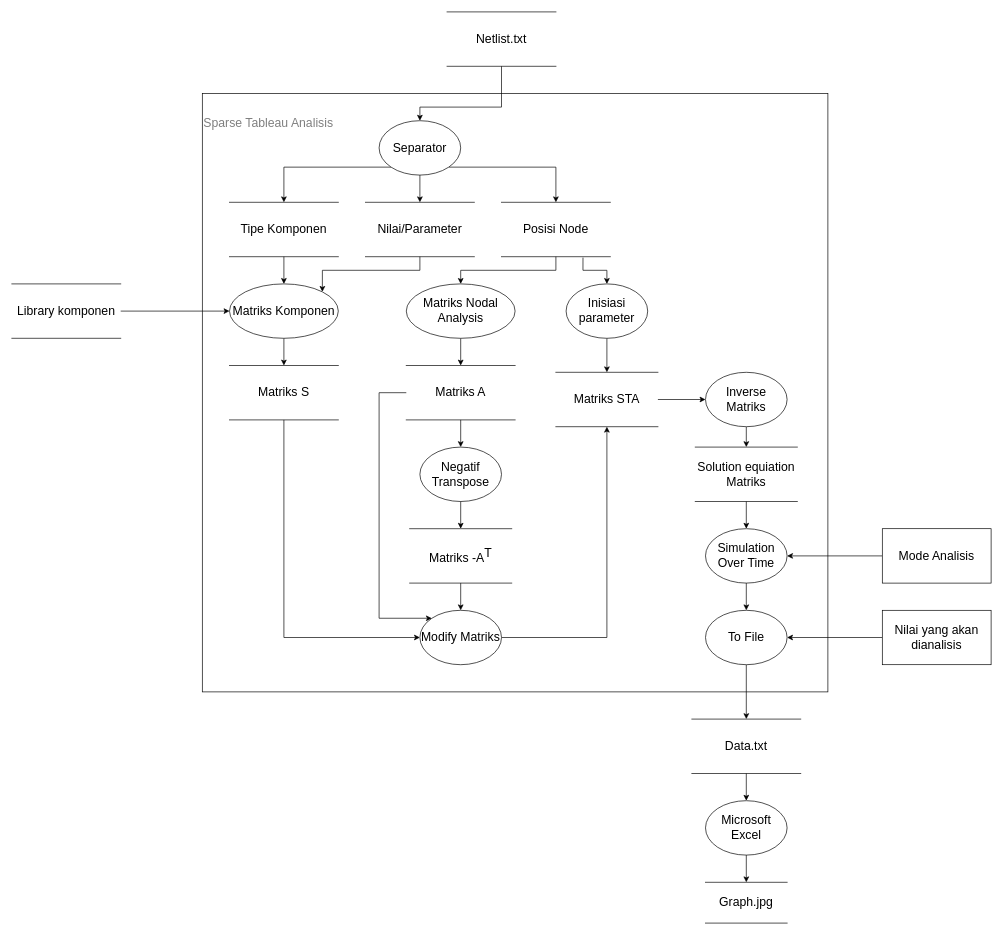
Above: page "Level_1" (2 of 3) of Data Flow Diagram.drawio in Lucranix28/TugasBesarPMC-LTSpice (draw.io), before the change. Source tidied: cells renumbered, new cells numbered last; positions are measured from the earlier drawing's top-left corner, leaving out a move shared by most shapes. Both pictures are drawn from the tidied source at 68%, with x=0, y=0 at pixel (12, 12).
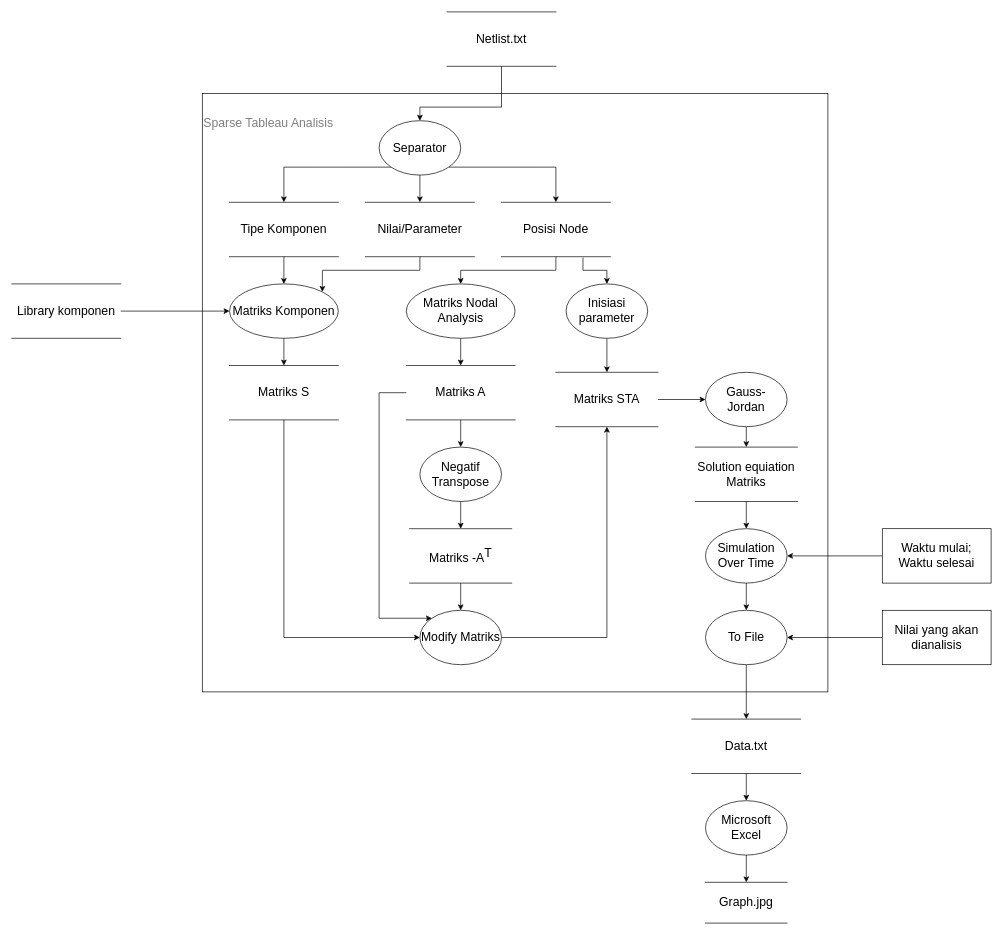
After the change.

Diff of the diagram source:
```diff
@@
-    <mxCell id="8" value="Mode Analisis" style="rounded=0;whiteSpace=wrap;html=1;fontSize=18;" parent="1" vertex="1">
+    <mxCell id="8" value="Waktu mulai; Waktu selesai" style="rounded=0;whiteSpace=wrap;html=1;fontSize=18;" parent="1" vertex="1">
       <mxGeometry x="1280" y="760" width="160" height="80" as="geometry" />
     </mxCell>
@@
-    <mxCell id="49" value="Inverse Matriks" style="ellipse;whiteSpace=wrap;html=1;fontSize=18;" parent="1" vertex="1">
+    <mxCell id="49" value="Gauss- Jordan" style="ellipse;whiteSpace=wrap;html=1;fontSize=18;" parent="1" vertex="1">
       <mxGeometry x="1020" y="530" width="120" height="80" as="geometry" />
     </mxCell>
```
